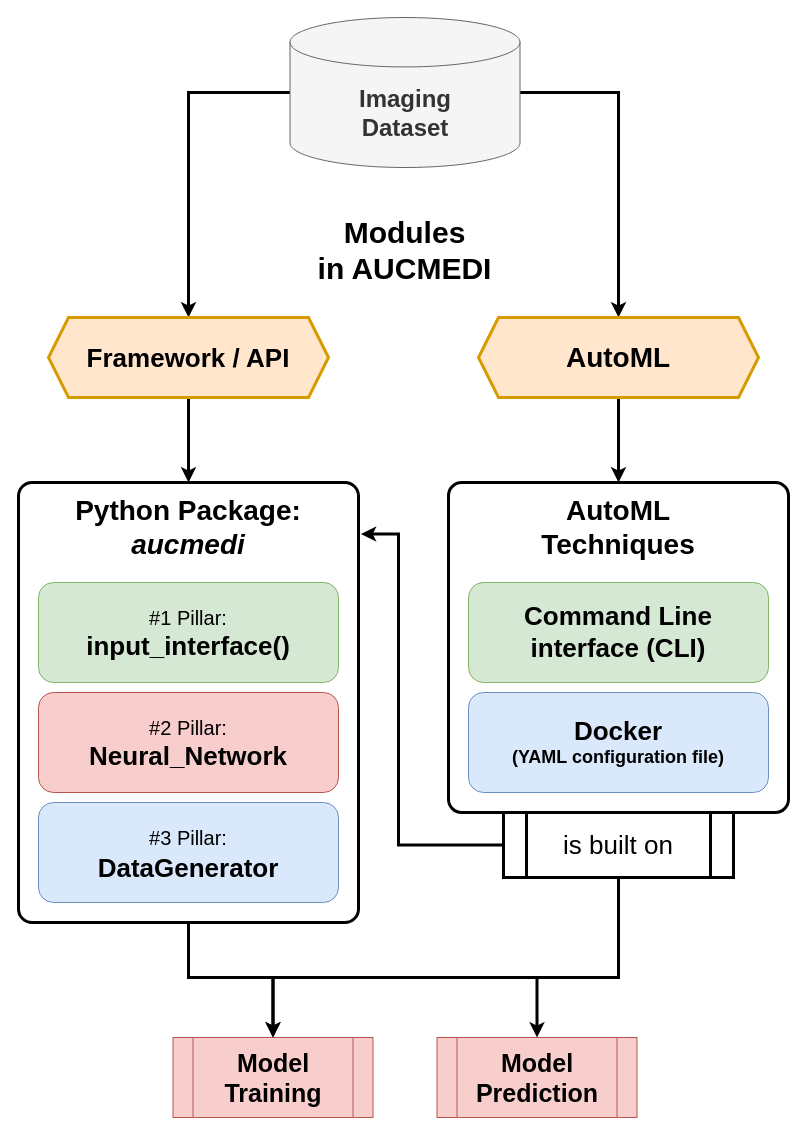
Before: docs/images/aucmedi.modules.drawio in frankkramer-lab/aucmedi, a draw.io diagram. Source tidied: cells renumbered, new cells numbered last; positions are measured from the earlier drawing's top-left corner, leaving out a move shared by most shapes. Both pictures are drawn from the tidied source at 100%, with x=0, y=0 at pixel (18, 17).
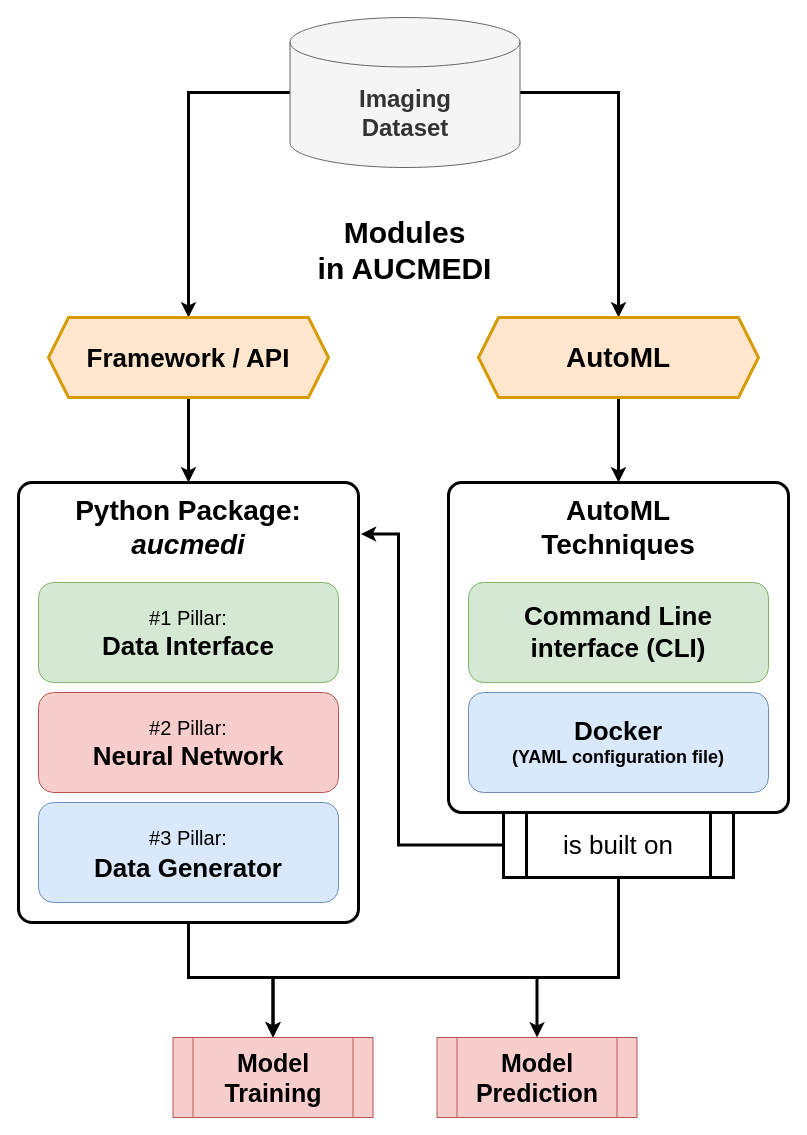
After the change.

Diff of the diagram source:
```diff
@@
-    <mxCell id="4" value="&lt;div style=&quot;font-size: 20px&quot;&gt;&lt;font style=&quot;font-size: 20px&quot;&gt;&lt;font style=&quot;font-size: 20px&quot;&gt;#1 Pillar:&lt;/font&gt;&lt;/font&gt;&lt;b&gt;&lt;font style=&quot;font-size: 24px&quot;&gt;&lt;br&gt;&lt;/font&gt;&lt;/b&gt;&lt;/div&gt;&lt;div&gt;&lt;font size=&quot;1&quot;&gt;&lt;b&gt;&lt;font style=&quot;font-size: 24px&quot;&gt;&lt;font style=&quot;font-size: 24px&quot;&gt;&lt;font style=&quot;font-size: 26px&quot;&gt;input_interface()&lt;/font&gt;&lt;/font&gt;&lt;/font&gt;&lt;/b&gt;&lt;/font&gt;&lt;/div&gt;" style="rounded=1;whiteSpace=wrap;html=1;fillColor=#d5e8d4;strokeColor=#82b366;" parent="1" vertex="1">
+    <mxCell id="4" value="&lt;div style=&quot;font-size: 20px&quot;&gt;&lt;font style=&quot;font-size: 20px&quot;&gt;&lt;font style=&quot;font-size: 20px&quot;&gt;#1 Pillar:&lt;/font&gt;&lt;/font&gt;&lt;b&gt;&lt;font style=&quot;font-size: 24px&quot;&gt;&lt;br&gt;&lt;/font&gt;&lt;/b&gt;&lt;/div&gt;&lt;div&gt;&lt;font size=&quot;1&quot;&gt;&lt;b&gt;&lt;font style=&quot;font-size: 24px&quot;&gt;&lt;font style=&quot;font-size: 24px&quot;&gt;&lt;font style=&quot;font-size: 26px&quot;&gt;Data Interface&lt;/font&gt;&lt;/font&gt;&lt;/font&gt;&lt;/b&gt;&lt;/font&gt;&lt;/div&gt;" style="rounded=1;whiteSpace=wrap;html=1;fillColor=#d5e8d4;strokeColor=#82b366;" parent="1" vertex="1">
       <mxGeometry x="20" y="565" width="300" height="100" as="geometry" />
     </mxCell>
@@
-    <mxCell id="8" value="&lt;div style=&quot;font-size: 18px&quot;&gt;&lt;font style=&quot;font-size: 18px&quot; size=&quot;1&quot;&gt;&lt;font style=&quot;font-size: 20px&quot;&gt;#2 Pillar:&lt;/font&gt;&lt;/font&gt;&lt;b&gt;&lt;font style=&quot;font-size: 24px&quot;&gt;&lt;br&gt;&lt;/font&gt;&lt;/b&gt;&lt;/div&gt;&lt;div&gt;&lt;font size=&quot;1&quot;&gt;&lt;b&gt;&lt;font style=&quot;font-size: 24px&quot;&gt;&lt;font style=&quot;font-size: 24px&quot;&gt;&lt;font style=&quot;font-size: 26px&quot;&gt;Neural_Network&lt;/font&gt;&lt;/font&gt;&lt;/font&gt;&lt;/b&gt;&lt;/font&gt;&lt;/div&gt;" style="rounded=1;whiteSpace=wrap;html=1;fillColor=#f8cecc;strokeColor=#b85450;" parent="1" vertex="1">
+    <mxCell id="8" value="&lt;div style=&quot;font-size: 18px&quot;&gt;&lt;font style=&quot;font-size: 18px&quot; size=&quot;1&quot;&gt;&lt;font style=&quot;font-size: 20px&quot;&gt;#2 Pillar:&lt;/font&gt;&lt;/font&gt;&lt;b&gt;&lt;font style=&quot;font-size: 24px&quot;&gt;&lt;br&gt;&lt;/font&gt;&lt;/b&gt;&lt;/div&gt;&lt;div&gt;&lt;font size=&quot;1&quot;&gt;&lt;b&gt;&lt;font style=&quot;font-size: 24px&quot;&gt;&lt;font style=&quot;font-size: 24px&quot;&gt;&lt;font style=&quot;font-size: 26px&quot;&gt;Neural Network&lt;/font&gt;&lt;/font&gt;&lt;/font&gt;&lt;/b&gt;&lt;/font&gt;&lt;/div&gt;" style="rounded=1;whiteSpace=wrap;html=1;fillColor=#f8cecc;strokeColor=#b85450;" parent="1" vertex="1">
       <mxGeometry x="20" y="675" width="300" height="100" as="geometry" />
     </mxCell>
-    <mxCell id="9" value="&lt;div style=&quot;font-size: 20px&quot;&gt;&lt;font style=&quot;font-size: 20px&quot;&gt;&lt;font style=&quot;font-size: 20px&quot;&gt;#3 Pillar:&lt;/font&gt;&lt;/font&gt;&lt;font style=&quot;font-size: 20px&quot;&gt;&lt;b&gt;&lt;font style=&quot;font-size: 26px&quot;&gt;&lt;br&gt;&lt;/font&gt;&lt;/b&gt;&lt;/font&gt;&lt;/div&gt;&lt;div style=&quot;font-size: 26px&quot;&gt;&lt;font style=&quot;font-size: 26px&quot;&gt;&lt;b&gt;&lt;font style=&quot;font-size: 26px&quot;&gt;&lt;font style=&quot;font-size: 26px&quot;&gt;&lt;font style=&quot;font-size: 26px&quot;&gt;DataGenerator&lt;/font&gt;&lt;/font&gt;&lt;/font&gt;&lt;/b&gt;&lt;/font&gt;&lt;/div&gt;" style="rounded=1;whiteSpace=wrap;html=1;fillColor=#dae8fc;strokeColor=#6c8ebf;" parent="1" vertex="1">
+    <mxCell id="9" value="&lt;div style=&quot;font-size: 20px&quot;&gt;&lt;font style=&quot;font-size: 20px&quot;&gt;&lt;font style=&quot;font-size: 20px&quot;&gt;#3 Pillar:&lt;/font&gt;&lt;/font&gt;&lt;font style=&quot;font-size: 20px&quot;&gt;&lt;b&gt;&lt;font style=&quot;font-size: 26px&quot;&gt;&lt;br&gt;&lt;/font&gt;&lt;/b&gt;&lt;/font&gt;&lt;/div&gt;&lt;div style=&quot;font-size: 26px&quot;&gt;&lt;font style=&quot;font-size: 26px&quot;&gt;&lt;b&gt;&lt;font style=&quot;font-size: 26px&quot;&gt;&lt;font style=&quot;font-size: 26px&quot;&gt;&lt;font style=&quot;font-size: 26px&quot;&gt;Data Generator&lt;/font&gt;&lt;/font&gt;&lt;/font&gt;&lt;/b&gt;&lt;/font&gt;&lt;/div&gt;" style="rounded=1;whiteSpace=wrap;html=1;fillColor=#dae8fc;strokeColor=#6c8ebf;" parent="1" vertex="1">
       <mxGeometry x="20" y="785" width="300" height="100" as="geometry" />
     </mxCell>
```
